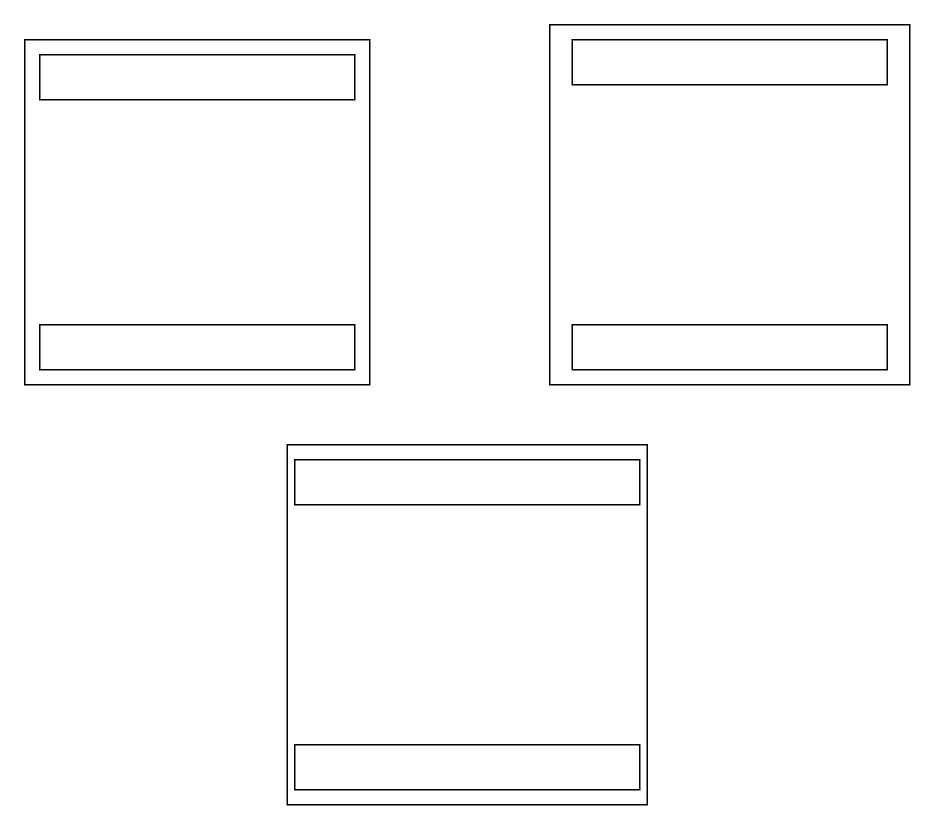
Earlier version of the draw.io diagram Untitled Diagram.drawio (Nithin-pix/Nithin-pix). Source tidied: cells renumbered, new cells numbered last; positions are measured from the earlier drawing's top-left corner, leaving out a move shared by most shapes. Both pictures are drawn from the tidied source at 150%, with x=0, y=0 at pixel (24, 24).
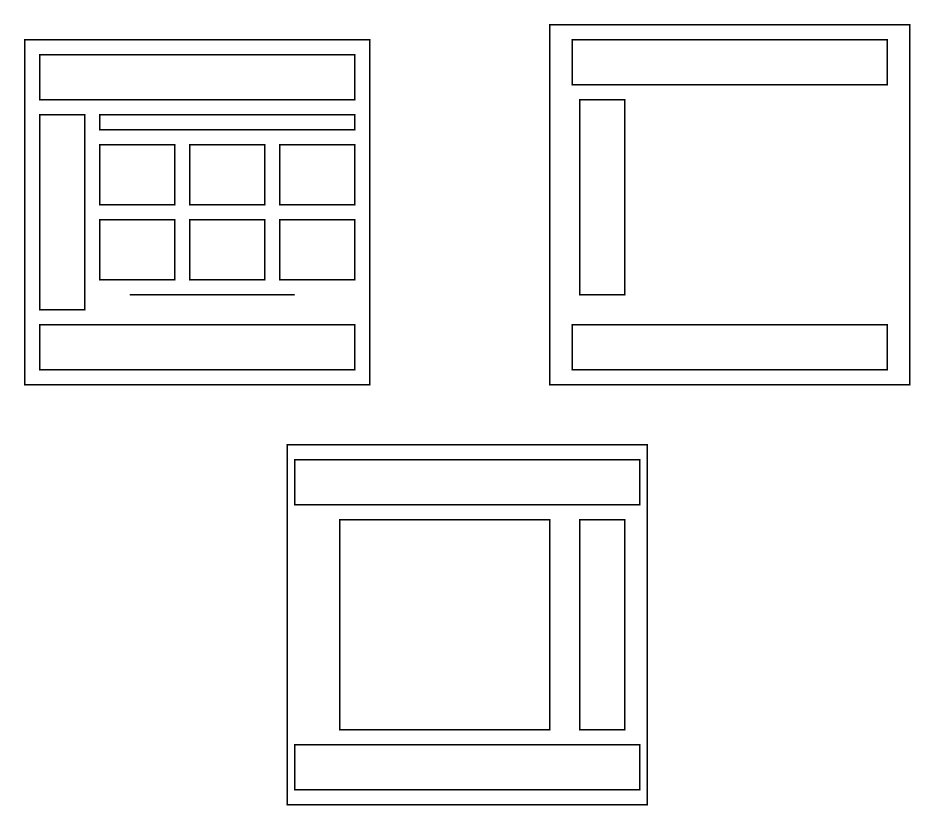
The same diagram, later.

Change to the diagram source:
```diff
@@
+    <mxCell id="11" style="rounded=0;whiteSpace=wrap;html=1;" parent="1" vertex="1">
+      <mxGeometry x="10" y="60" width="30" height="130" as="geometry" />
+    </mxCell>
+    <mxCell id="12" style="rounded=0;whiteSpace=wrap;html=1;" parent="1" vertex="1">
+      <mxGeometry x="370" y="50" width="30" height="130" as="geometry" />
+    </mxCell>
+    <mxCell id="13" style="rounded=0;whiteSpace=wrap;html=1;" parent="1" vertex="1">
+      <mxGeometry x="370" y="330" width="30" height="140" as="geometry" />
+    </mxCell>
+    <mxCell id="14" style="whiteSpace=wrap;html=1;" parent="1" vertex="1">
+      <mxGeometry x="210" y="330" width="140" height="140" as="geometry" />
+    </mxCell>
+    <mxCell id="15" style="rounded=0;whiteSpace=wrap;html=1;" parent="1" vertex="1">
+      <mxGeometry x="50" y="60" width="170" height="10" as="geometry" />
+    </mxCell>
+    <mxCell id="16" style="rounded=0;whiteSpace=wrap;html=1;" parent="1" vertex="1">
+      <mxGeometry x="50" y="80" width="50" height="40" as="geometry" />
+    </mxCell>
+    <mxCell id="17" style="rounded=0;whiteSpace=wrap;html=1;" parent="1" vertex="1">
+      <mxGeometry x="50" y="130" width="50" height="40" as="geometry" />
+    </mxCell>
+    <mxCell id="18" style="rounded=0;whiteSpace=wrap;html=1;" parent="1" vertex="1">
+      <mxGeometry x="110" y="80" width="50" height="40" as="geometry" />
+    </mxCell>
+    <mxCell id="19" style="rounded=0;whiteSpace=wrap;html=1;" parent="1" vertex="1">
+      <mxGeometry x="170" y="130" width="50" height="40" as="geometry" />
+    </mxCell>
+    <mxCell id="20" style="rounded=0;whiteSpace=wrap;html=1;" parent="1" vertex="1">
+      <mxGeometry x="170" y="80" width="50" height="40" as="geometry" />
+    </mxCell>
+    <mxCell id="21" style="rounded=0;whiteSpace=wrap;html=1;" parent="1" vertex="1">
+      <mxGeometry x="110" y="130" width="50" height="40" as="geometry" />
+    </mxCell>
+    <mxCell id="22" style="endArrow=none;html=1;rounded=0;" parent="1" edge="1">
+      <mxGeometry relative="1" as="geometry">
+        <mxPoint x="70" y="180" as="sourcePoint" />
+        <mxPoint x="180" y="180" as="targetPoint" />
+      </mxGeometry>
+    </mxCell>
```
